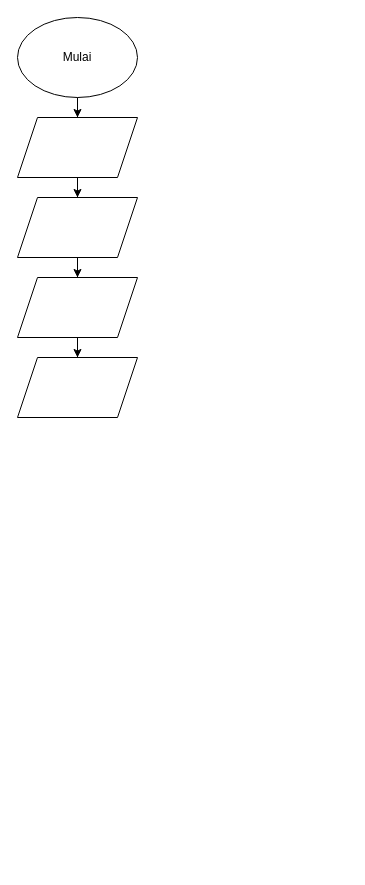
Above: Untitled Diagram.drawio in rifjan29/draw--io (draw.io), before the change. Source tidied: cells renumbered, new cells numbered last; positions are measured from the earlier drawing's top-left corner, leaving out a move shared by most shapes. Both pictures are drawn from the tidied source at 100%, with x=0, y=0 at pixel (17, 17).
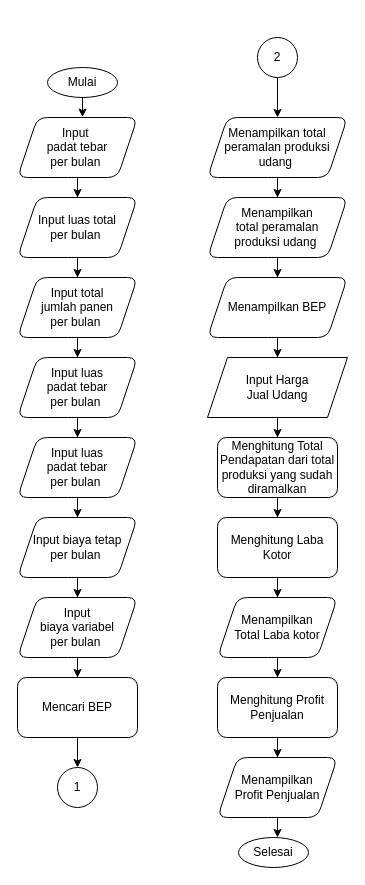
The same diagram, later.

Change to the diagram source:
```diff
@@
+    <mxCell id="11" style="group;" parent="1" vertex="1">
+      <mxGeometry y="20" width="330" height="830" as="geometry" />
+    </mxCell>
+    <mxCell id="3" value="Mulai" style="ellipse;whiteSpace=wrap;html=1;" parent="11" vertex="1">
+      <mxGeometry x="30" y="30" width="70" height="30" as="geometry" />
+    </mxCell>
+    <mxCell id="5" value="Input&amp;nbsp;&lt;br&gt;padat tebar &lt;br&gt;per bulan&amp;nbsp;" style="shape=parallelogram;perimeter=parallelogramPerimeter;whiteSpace=wrap;html=1;fixedSize=1;rounded=1;" parent="11" vertex="1">
+      <mxGeometry y="80" width="120" height="60" as="geometry" />
+    </mxCell>
-    <mxCell id="2" style="edgeStyle=orthogonalEdgeStyle;rounded=0;jettySize=auto;html=1;" parent="1" edge="1" source="3" target="5">
-      <mxGeometry relative="1" as="geometry" />
+    <mxCell id="2" style="edgeStyle=orthogonalEdgeStyle;rounded=0;jettySize=auto;html=1;entryX=0.542;entryY=-0.007;entryDx=0;entryDy=0;entryPerimeter=0;" parent="11" edge="1" source="3" target="5">
+      <mxGeometry relative="1" as="geometry">
+        <Array as="points">
+          <mxPoint x="65" y="80" />
+        </Array>
+      </mxGeometry>
     </mxCell>
-    <mxCell id="3" value="Mulai" style="ellipse;whiteSpace=wrap;html=1;" parent="1" vertex="1">
-      <mxGeometry width="120" height="80" as="geometry" />
-    </mxCell>
+    <mxCell id="7" value="Input luas total&lt;br style=&quot;border-color: var(--border-color);&quot;&gt;per bulan&amp;nbsp;" style="shape=parallelogram;perimeter=parallelogramPerimeter;whiteSpace=wrap;html=1;fixedSize=1;rounded=1;" parent="11" vertex="1">
+      <mxGeometry y="160" width="120" height="60" as="geometry" />
+    </mxCell>
-    <mxCell id="4" style="edgeStyle=orthogonalEdgeStyle;rounded=0;jettySize=auto;html=1;" parent="1" edge="1" source="5" target="7">
+    <mxCell id="4" style="edgeStyle=orthogonalEdgeStyle;rounded=0;jettySize=auto;html=1;" parent="11" edge="1" source="5" target="7">
       <mxGeometry relative="1" as="geometry" />
     </mxCell>
-    <mxCell id="5" style="shape=parallelogram;perimeter=parallelogramPerimeter;whiteSpace=wrap;html=1;fixedSize=1;" parent="1" vertex="1">
-      <mxGeometry y="100" width="120" height="60" as="geometry" />
-    </mxCell>
+    <mxCell id="9" value="Input total &lt;br&gt;jumlah panen&lt;br style=&quot;border-color: var(--border-color);&quot;&gt;per bulan&amp;nbsp;" style="shape=parallelogram;perimeter=parallelogramPerimeter;whiteSpace=wrap;html=1;fixedSize=1;rounded=1;" parent="11" vertex="1">
+      <mxGeometry y="240" width="120" height="60" as="geometry" />
+    </mxCell>
-    <mxCell id="6" style="edgeStyle=orthogonalEdgeStyle;rounded=0;jettySize=auto;html=1;" parent="1" edge="1" source="7" target="9">
+    <mxCell id="6" style="edgeStyle=orthogonalEdgeStyle;rounded=0;jettySize=auto;html=1;" parent="11" edge="1" source="7" target="9">
       <mxGeometry relative="1" as="geometry" />
     </mxCell>
-    <mxCell id="7" style="shape=parallelogram;perimeter=parallelogramPerimeter;whiteSpace=wrap;html=1;fixedSize=1;" parent="1" vertex="1">
-      <mxGeometry y="180" width="120" height="60" as="geometry" />
-    </mxCell>
+    <mxCell id="10" value="Input luas&lt;br style=&quot;border-color: var(--border-color);&quot;&gt;padat tebar&lt;br style=&quot;border-color: var(--border-color);&quot;&gt;per bulan&amp;nbsp;" style="shape=parallelogram;perimeter=parallelogramPerimeter;whiteSpace=wrap;html=1;fixedSize=1;rounded=1;" parent="11" vertex="1">
+      <mxGeometry y="320" width="120" height="60" as="geometry" />
+    </mxCell>
-    <mxCell id="8" style="edgeStyle=orthogonalEdgeStyle;rounded=0;jettySize=auto;html=1;" parent="1" edge="1" source="9" target="10">
+    <mxCell id="8" style="edgeStyle=orthogonalEdgeStyle;rounded=0;jettySize=auto;html=1;" parent="11" edge="1" source="9" target="10">
       <mxGeometry relative="1" as="geometry" />
     </mxCell>
-    <mxCell id="9" style="shape=parallelogram;perimeter=parallelogramPerimeter;whiteSpace=wrap;html=1;fixedSize=1;" parent="1" vertex="1">
-      <mxGeometry y="260" width="120" height="60" as="geometry" />
-    </mxCell>
-    <mxCell id="10" style="shape=parallelogram;perimeter=parallelogramPerimeter;whiteSpace=wrap;html=1;fixedSize=1;" parent="1" vertex="1">
-      <mxGeometry y="340" width="120" height="60" as="geometry" />
-    </mxCell>
+    <mxCell id="12" value="Input luas&lt;br style=&quot;border-color: var(--border-color);&quot;&gt;padat tebar&lt;br style=&quot;border-color: var(--border-color);&quot;&gt;per bulan&amp;nbsp;" style="shape=parallelogram;perimeter=parallelogramPerimeter;whiteSpace=wrap;html=1;fixedSize=1;rounded=1;" parent="11" vertex="1">
+      <mxGeometry y="400" width="120" height="60" as="geometry" />
+    </mxCell>
+    <mxCell id="13" style="edgeStyle=orthogonalEdgeStyle;rounded=0;jettySize=auto;html=1;" parent="11" edge="1" source="10" target="12">
+      <mxGeometry relative="1" as="geometry" />
+    </mxCell>
+    <mxCell id="14" value="Input biaya tetap&lt;br style=&quot;border-color: var(--border-color);&quot;&gt;per bulan&amp;nbsp;" style="shape=parallelogram;perimeter=parallelogramPerimeter;whiteSpace=wrap;html=1;fixedSize=1;rounded=1;" parent="11" vertex="1">
+      <mxGeometry y="480" width="120" height="60" as="geometry" />
+    </mxCell>
+    <mxCell id="15" style="edgeStyle=orthogonalEdgeStyle;rounded=0;jettySize=auto;html=1;" parent="11" edge="1" source="12" target="14">
+      <mxGeometry relative="1" as="geometry" />
+    </mxCell>
+    <mxCell id="16" value="Input &lt;br&gt;biaya variabel&lt;br&gt;per bulan&amp;nbsp;" style="shape=parallelogram;perimeter=parallelogramPerimeter;whiteSpace=wrap;html=1;fixedSize=1;rounded=1;" parent="11" vertex="1">
+      <mxGeometry y="560" width="120" height="60" as="geometry" />
+    </mxCell>
+    <mxCell id="17" style="edgeStyle=orthogonalEdgeStyle;rounded=0;jettySize=auto;html=1;" parent="11" edge="1" source="14" target="16">
+      <mxGeometry relative="1" as="geometry" />
+    </mxCell>
+    <mxCell id="18" value="Mencari BEP" style="rounded=1;whiteSpace=wrap;html=1;" parent="11" vertex="1">
+      <mxGeometry y="640" width="120" height="60" as="geometry" />
+    </mxCell>
+    <mxCell id="19" style="edgeStyle=orthogonalEdgeStyle;rounded=0;jettySize=auto;html=1;" parent="11" edge="1" source="16" target="18">
+      <mxGeometry relative="1" as="geometry" />
+    </mxCell>
+    <mxCell id="20" value="1" style="ellipse;whiteSpace=wrap;html=1;rounded=1;" parent="11" vertex="1">
+      <mxGeometry x="40" y="730" width="40" height="40" as="geometry" />
+    </mxCell>
+    <mxCell id="21" style="edgeStyle=orthogonalEdgeStyle;rounded=0;jettySize=auto;html=1;" parent="11" edge="1" source="18" target="20">
+      <mxGeometry relative="1" as="geometry" />
+    </mxCell>
+    <mxCell id="22" value="2" style="ellipse;whiteSpace=wrap;html=1;rounded=1;" parent="11" vertex="1">
+      <mxGeometry x="240" width="40" height="40" as="geometry" />
+    </mxCell>
+    <mxCell id="23" value="Menampilkan total peramalan produksi udang&amp;nbsp;" style="shape=parallelogram;perimeter=parallelogramPerimeter;whiteSpace=wrap;html=1;fixedSize=1;rounded=1;" parent="11" vertex="1">
+      <mxGeometry x="190" y="80" width="140" height="60" as="geometry" />
+    </mxCell>
+    <mxCell id="24" style="edgeStyle=orthogonalEdgeStyle;rounded=0;jettySize=auto;html=1;entryX=0.5;entryY=0;entryDx=0;entryDy=0;" parent="11" edge="1" source="22" target="23">
+      <mxGeometry relative="1" as="geometry" />
+    </mxCell>
+    <mxCell id="25" value="Menampilkan &lt;br&gt;total peramalan &lt;br&gt;produksi udang&amp;nbsp;" style="shape=parallelogram;perimeter=parallelogramPerimeter;whiteSpace=wrap;html=1;fixedSize=1;rounded=1;" parent="11" vertex="1">
+      <mxGeometry x="190" y="160" width="140" height="60" as="geometry" />
+    </mxCell>
+    <mxCell id="26" style="edgeStyle=orthogonalEdgeStyle;rounded=0;jettySize=auto;html=1;" parent="11" edge="1" source="23" target="25">
+      <mxGeometry relative="1" as="geometry" />
+    </mxCell>
+    <mxCell id="27" value="Menampilkan BEP" style="shape=parallelogram;perimeter=parallelogramPerimeter;whiteSpace=wrap;html=1;fixedSize=1;rounded=1;" parent="11" vertex="1">
+      <mxGeometry x="190" y="240" width="140" height="60" as="geometry" />
+    </mxCell>
+    <mxCell id="28" style="edgeStyle=orthogonalEdgeStyle;rounded=0;jettySize=auto;html=1;" parent="11" edge="1" source="25" target="27">
+      <mxGeometry relative="1" as="geometry" />
+    </mxCell>
+    <mxCell id="29" value="Input Harga &lt;br&gt;Jual Udang" style="shape=parallelogram;perimeter=parallelogramPerimeter;whiteSpace=wrap;html=1;fixedSize=1;" parent="11" vertex="1">
+      <mxGeometry x="190" y="320" width="140" height="60" as="geometry" />
+    </mxCell>
+    <mxCell id="30" style="edgeStyle=orthogonalEdgeStyle;rounded=0;jettySize=auto;html=1;" parent="11" edge="1" source="27" target="29">
+      <mxGeometry relative="1" as="geometry" />
+    </mxCell>
+    <mxCell id="31" value="Menghitung Total Pendapatan dari total produksi yang sudah diramalkan" style="rounded=1;whiteSpace=wrap;html=1;" parent="11" vertex="1">
+      <mxGeometry x="200" y="400" width="120" height="60" as="geometry" />
+    </mxCell>
+    <mxCell id="32" style="edgeStyle=orthogonalEdgeStyle;rounded=0;jettySize=auto;html=1;" parent="11" edge="1" source="29" target="31">
+      <mxGeometry relative="1" as="geometry" />
+    </mxCell>
+    <mxCell id="33" value="Menghitung Laba Kotor" style="rounded=1;whiteSpace=wrap;html=1;" parent="11" vertex="1">
+      <mxGeometry x="200" y="480" width="120" height="60" as="geometry" />
+    </mxCell>
+    <mxCell id="34" style="edgeStyle=orthogonalEdgeStyle;rounded=0;jettySize=auto;html=1;" parent="11" edge="1" source="31" target="33">
+      <mxGeometry relative="1" as="geometry" />
+    </mxCell>
+    <mxCell id="35" value="Menampilkan &lt;br&gt;Total Laba kotor" style="shape=parallelogram;perimeter=parallelogramPerimeter;whiteSpace=wrap;html=1;fixedSize=1;rounded=1;" parent="11" vertex="1">
+      <mxGeometry x="200" y="560" width="120" height="60" as="geometry" />
+    </mxCell>
+    <mxCell id="36" style="edgeStyle=orthogonalEdgeStyle;rounded=0;jettySize=auto;html=1;entryX=0.5;entryY=0;entryDx=0;entryDy=0;" parent="11" edge="1" source="33" target="35">
+      <mxGeometry relative="1" as="geometry" />
+    </mxCell>
+    <mxCell id="37" value="Menghitung Profit Penjualan" style="rounded=1;whiteSpace=wrap;html=1;" parent="11" vertex="1">
+      <mxGeometry x="200" y="640" width="120" height="60" as="geometry" />
+    </mxCell>
+    <mxCell id="38" style="edgeStyle=orthogonalEdgeStyle;rounded=0;jettySize=auto;html=1;entryX=0.5;entryY=0;entryDx=0;entryDy=0;" parent="11" edge="1" source="35" target="37">
+      <mxGeometry relative="1" as="geometry" />
+    </mxCell>
+    <mxCell id="39" style="edgeStyle=orthogonalEdgeStyle;rounded=0;jettySize=auto;html=1;" parent="11" edge="1" source="40">
+      <mxGeometry relative="1" as="geometry">
+        <mxPoint x="260" y="800" as="targetPoint" />
+        <Array as="points">
+          <mxPoint x="260" y="780" />
+          <mxPoint x="260" y="780" />
+        </Array>
+      </mxGeometry>
+    </mxCell>
+    <mxCell id="40" value="Menampilkan &lt;br&gt;Profit Penjualan" style="shape=parallelogram;perimeter=parallelogramPerimeter;whiteSpace=wrap;html=1;fixedSize=1;rounded=1;" parent="11" vertex="1">
+      <mxGeometry x="200" y="720" width="120" height="60" as="geometry" />
+    </mxCell>
+    <mxCell id="41" style="edgeStyle=orthogonalEdgeStyle;rounded=0;jettySize=auto;html=1;" parent="11" edge="1" source="37" target="40">
+      <mxGeometry relative="1" as="geometry" />
+    </mxCell>
+    <mxCell id="42" value="Selesai" style="ellipse;whiteSpace=wrap;html=1;" parent="11" vertex="1">
+      <mxGeometry x="221" y="800" width="70" height="30" as="geometry" />
+    </mxCell>
```
